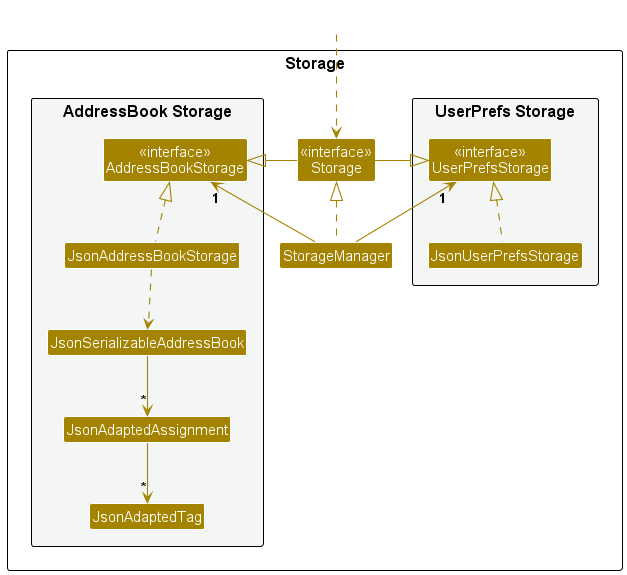
The PlantUML diagram docs/images/StorageClassDiagram.png in seewhyjay/tp, before a commit.
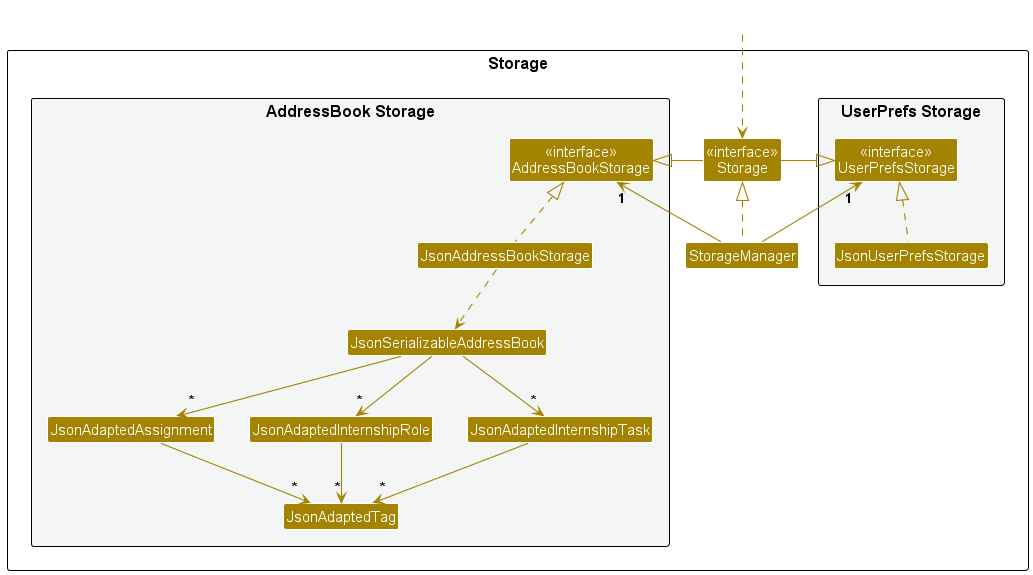
The same diagram one commit later.

What changed in the source:
```diff
@@ -19,6 +19,8 @@
 Class JsonAddressBookStorage
 Class JsonSerializableAddressBook
 Class JsonAdaptedAssignment
+Class JsonAdaptedInternshipRole
+Class JsonAdaptedInternshipTask
 Class JsonAdaptedTag
 }
 
@@ -38,6 +40,10 @@
 JsonAddressBookStorage .up.|> AddressBookStorage
 JsonAddressBookStorage ..> JsonSerializableAddressBook
 JsonSerializableAddressBook --> "*" JsonAdaptedAssignment
+JsonSerializableAddressBook --> "*" JsonAdaptedInternshipRole
+JsonSerializableAddressBook --> "*" JsonAdaptedInternshipTask
 JsonAdaptedAssignment --> "*" JsonAdaptedTag
+JsonAdaptedInternshipRole --> "*" JsonAdaptedTag
+JsonAdaptedInternshipTask --> "*" JsonAdaptedTag
 
 @enduml
```
